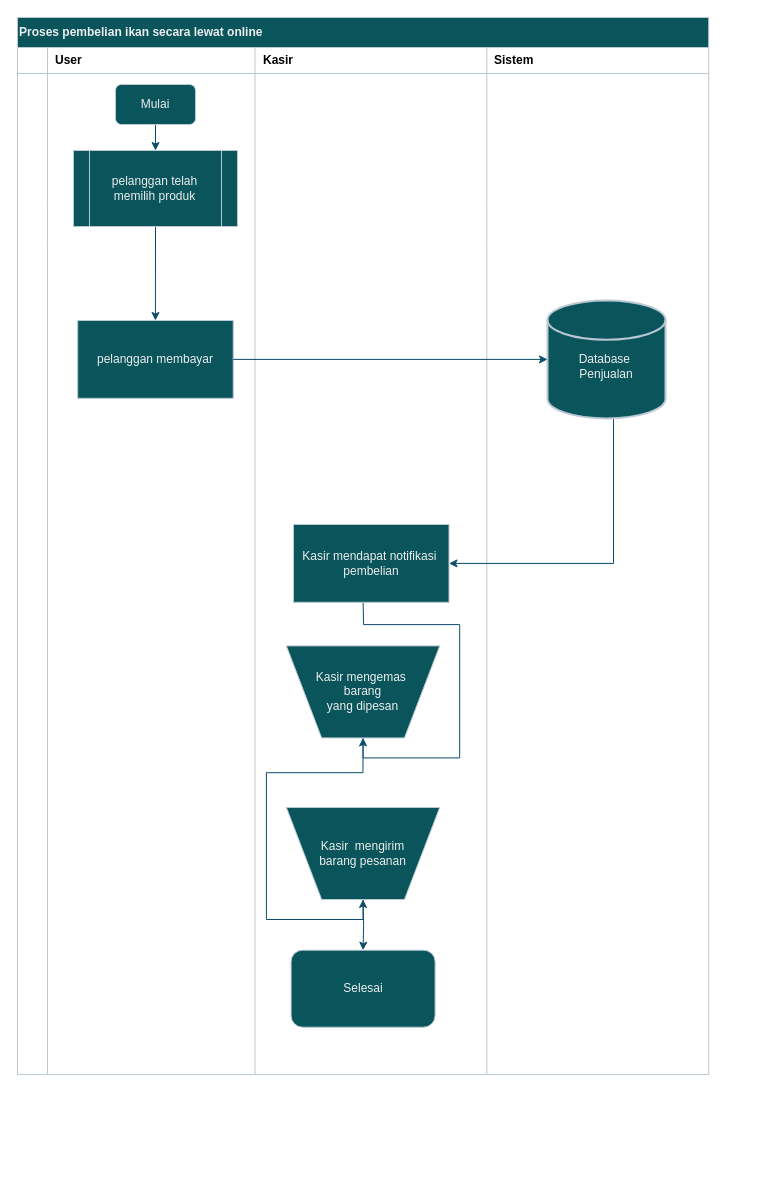
The draw.io diagram beli onlien.drawio in shinoaaa/drawio, before the edit. Source tidied: cells renumbered, new cells numbered last; positions are measured from the earlier drawing's top-left corner, leaving out a move shared by most shapes. Both pictures are drawn from the tidied source at 100%, with x=0, y=0 at pixel (17, 17).
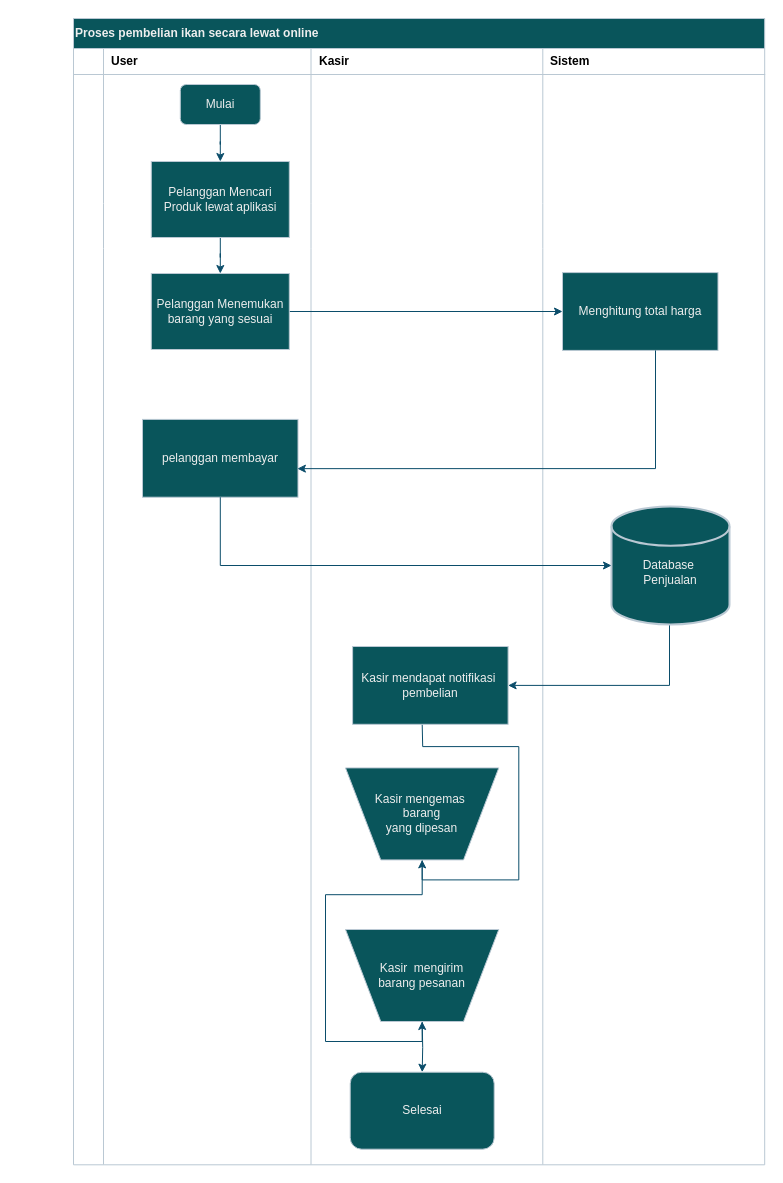
The same page after the edit.

Change to the diagram source:
```diff
@@
     <mxCell id="2" value="Proses pembelian ikan secara lewat online" style="shape=table;startSize=30;childLayout=tableLayout;rowLines=0;fontStyle=1;align=left;html=1;strokeColor=#BAC8D3;fontColor=#EEEEEE;fillColor=#09555B;labelBackgroundColor=none;" parent="1" vertex="1">
-      <mxGeometry width="691.2" height="1057.1" as="geometry" />
+      <mxGeometry x="56" y="1" width="691.2" height="1146.3" as="geometry" />
     </mxCell>
@@
     <mxCell id="18" style="shape=tableRow;horizontal=0;startSize=0;swimlaneHead=0;swimlaneBody=0;fillColor=none;top=0;left=0;right=0;bottom=0;strokeColor=#BAC8D3;fontColor=#EEEEEE;labelBackgroundColor=none;" parent="2" vertex="1">
-      <mxGeometry y="230" width="691.2" height="827" as="geometry" />
+      <mxGeometry y="230" width="691.2" height="916" as="geometry" />
     </mxCell>
     <mxCell id="19" style="shape=partialRectangle;fillColor=none;top=0;left=0;bottom=0;right=0;overflow=hidden;whiteSpace=wrap;html=1;strokeColor=#BAC8D3;fontColor=#EEEEEE;labelBackgroundColor=none;" parent="18" vertex="1">
-      <mxGeometry width="30" height="827" as="geometry" />
+      <mxGeometry width="30" height="916" as="geometry" />
     </mxCell>
     <mxCell id="20" style="shape=partialRectangle;fillColor=none;top=0;left=0;bottom=0;right=0;align=left;spacingLeft=6;overflow=hidden;whiteSpace=wrap;html=1;strokeColor=#BAC8D3;fontColor=#EEEEEE;labelBackgroundColor=none;" parent="18" vertex="1">
-      <mxGeometry x="30" width="207.5" height="827" as="geometry" />
+      <mxGeometry x="30" width="207.5" height="916" as="geometry" />
     </mxCell>
     <mxCell id="21" style="shape=partialRectangle;fillColor=none;top=0;left=0;bottom=0;right=0;align=left;spacingLeft=6;overflow=hidden;whiteSpace=wrap;html=1;strokeColor=#BAC8D3;fontColor=#EEEEEE;labelBackgroundColor=none;" parent="18" vertex="1">
-      <mxGeometry x="237.5" width="231.8" height="827" as="geometry" />
+      <mxGeometry x="237.5" width="231.8" height="916" as="geometry" />
     </mxCell>
     <mxCell id="22" style="shape=partialRectangle;fillColor=none;top=0;left=0;bottom=0;right=0;align=left;spacingLeft=6;overflow=hidden;whiteSpace=wrap;html=1;strokeColor=#BAC8D3;fontColor=#EEEEEE;labelBackgroundColor=none;" parent="18" vertex="1">
-      <mxGeometry x="469.4" width="221.8" height="827" as="geometry" />
+      <mxGeometry x="469.4" width="221.8" height="916" as="geometry" />
     </mxCell>
-    <mxCell id="23" style="edgeStyle=orthogonalEdgeStyle;rounded=0;jettySize=auto;html=1;strokeColor=#0B4D6A;entryX=0.5;entryY=0;entryDx=0;entryDy=0;labelBackgroundColor=none;fontColor=default;" parent="1" edge="1" source="24" target="29">
-      <mxGeometry relative="1" as="geometry" />
-    </mxCell>
+    <mxCell id="38" style="edgeStyle=orthogonalEdgeStyle;rounded=0;jettySize=auto;html=1;entryX=0.5;entryY=0;entryDx=0;entryDy=0;strokeColor=#0B4D6A;" parent="1" edge="1" source="24" target="40">
+      <mxGeometry relative="1" as="geometry" />
+    </mxCell>
     <mxCell id="24" value="&lt;font&gt;Mulai&lt;/font&gt;" style="rounded=1;whiteSpace=wrap;html=1;fillColor=#09555B;fontColor=#EEEEEE;strokeColor=#BAC8D3;labelBackgroundColor=none;" parent="1" vertex="1">
-      <mxGeometry x="98" y="67" width="80" height="40" as="geometry" />
+      <mxGeometry x="162.8" y="67" width="80" height="40" as="geometry" />
     </mxCell>
-    <mxCell id="25" style="edgeStyle=orthogonalEdgeStyle;rounded=0;jettySize=auto;html=1;entryX=0.5;entryY=0;entryDx=0;entryDy=0;strokeColor=#0B4D6A;exitX=0.5;exitY=1;exitDx=0;exitDy=0;labelBackgroundColor=none;fontColor=default;" parent="1" edge="1" source="29" target="30">
-      <mxGeometry relative="1" as="geometry" />
-    </mxCell>
     <mxCell id="26" style="edgeStyle=orthogonalEdgeStyle;rounded=0;jettySize=auto;html=1;entryX=0.5;entryY=1;entryDx=0;entryDy=0;strokeColor=#0B4D6A;labelBackgroundColor=none;fontColor=default;" parent="1" edge="1" target="32">
       <mxGeometry relative="1" as="geometry">
-        <mxPoint x="345.6" y="584.8" as="sourcePoint" />
+        <mxPoint x="404.7" y="706.8" as="sourcePoint" />
       </mxGeometry>
     </mxCell>
     <mxCell id="27" style="edgeStyle=orthogonalEdgeStyle;rounded=0;jettySize=auto;html=1;entryX=0.5;entryY=0;entryDx=0;entryDy=0;strokeColor=#0B4D6A;labelBackgroundColor=none;fontColor=default;" parent="1" edge="1" target="28">
       <mxGeometry relative="1" as="geometry">
-        <mxPoint x="345.6" y="882" as="sourcePoint" />
+        <mxPoint x="404.7" y="1004" as="sourcePoint" />
       </mxGeometry>
     </mxCell>
     <mxCell id="28" value="Selesai" style="rounded=1;whiteSpace=wrap;html=1;strokeColor=#BAC8D3;fontColor=#EEEEEE;fillColor=#09555B;labelBackgroundColor=none;" parent="1" vertex="1">
-      <mxGeometry x="273.6" y="932.7" width="144" height="77" as="geometry" />
+      <mxGeometry x="332.7" y="1054.7" width="144" height="77" as="geometry" />
     </mxCell>
-    <mxCell id="29" value="pelanggan telah memilih produk" style="shape=process;whiteSpace=wrap;html=1;backgroundOutline=1;strokeColor=#BAC8D3;fontColor=#EEEEEE;fillColor=#09555B;labelBackgroundColor=none;" parent="1" vertex="1">
-      <mxGeometry x="56" y="133" width="164" height="76" as="geometry" />
-    </mxCell>
     <mxCell id="30" value="pelanggan membayar" style="rounded=0;whiteSpace=wrap;html=1;strokeColor=#BAC8D3;fontColor=#EEEEEE;fillColor=#09555B;labelBackgroundColor=none;" parent="1" vertex="1">
-      <mxGeometry x="60.2" y="303" width="155.5" height="77.8" as="geometry" />
+      <mxGeometry x="125" y="401.9" width="155.5" height="77.8" as="geometry" />
     </mxCell>
@@
     <mxCell id="32" value="Kasir mengemas&amp;nbsp;&lt;div&gt;barang&lt;div&gt;yang dipesan&lt;/div&gt;&lt;/div&gt;" style="verticalLabelPosition=middle;verticalAlign=middle;html=1;shape=trapezoid;perimeter=trapezoidPerimeter;whiteSpace=wrap;size=0.23;arcSize=10;flipV=1;labelPosition=center;align=center;strokeColor=#BAC8D3;fontColor=#EEEEEE;fillColor=#09555B;labelBackgroundColor=none;" parent="1" vertex="1">
-      <mxGeometry x="268.9" y="628.4" width="153.3" height="92" as="geometry" />
+      <mxGeometry x="328" y="750.4" width="153.3" height="92" as="geometry" />
     </mxCell>
     <mxCell id="33" style="edgeStyle=orthogonalEdgeStyle;rounded=0;jettySize=auto;html=1;entryX=1;entryY=0.5;entryDx=0;entryDy=0;strokeColor=#0B4D6A;labelBackgroundColor=none;fontColor=default;" parent="1" edge="1" source="34" target="35">
       <mxGeometry relative="1" as="geometry">
         <Array as="points">
-          <mxPoint x="596" y="546" />
+          <mxPoint x="652" y="668" />
         </Array>
       </mxGeometry>
     </mxCell>
     <mxCell id="34" value="&lt;div&gt;&lt;br&gt;&lt;/div&gt;Database&amp;nbsp;&lt;div&gt;Penjualan&lt;/div&gt;" style="strokeWidth=2;html=1;shape=mxgraph.flowchart.database;whiteSpace=wrap;labelBackgroundColor=none;fillColor=#09555B;strokeColor=#BAC8D3;fontColor=#EEEEEE;" parent="1" vertex="1">
-      <mxGeometry x="530" y="282.9" width="118" height="118" as="geometry" />
+      <mxGeometry x="594" y="489" width="118" height="118" as="geometry" />
     </mxCell>
     <mxCell id="35" value="Kasir mendapat notifikasi&amp;nbsp;&lt;div&gt;pembelian&lt;/div&gt;" style="rounded=0;whiteSpace=wrap;html=1;strokeColor=#BAC8D3;fontColor=#EEEEEE;fillColor=#09555B;labelBackgroundColor=none;" parent="1" vertex="1">
-      <mxGeometry x="276" y="507" width="155.5" height="77.8" as="geometry" />
+      <mxGeometry x="335.1" y="629" width="155.5" height="77.8" as="geometry" />
     </mxCell>
     <mxCell id="36" value="Kasir&amp;nbsp; mengirim&lt;div&gt;barang pesanan&lt;/div&gt;" style="verticalLabelPosition=middle;verticalAlign=middle;html=1;shape=trapezoid;perimeter=trapezoidPerimeter;whiteSpace=wrap;size=0.23;arcSize=10;flipV=1;labelPosition=center;align=center;strokeColor=#BAC8D3;fontColor=#EEEEEE;fillColor=#09555B;labelBackgroundColor=none;" parent="1" vertex="1">
-      <mxGeometry x="268.9" y="790" width="153.3" height="92" as="geometry" />
+      <mxGeometry x="328" y="912" width="153.3" height="92" as="geometry" />
     </mxCell>
+    <mxCell id="39" style="edgeStyle=orthogonalEdgeStyle;rounded=0;jettySize=auto;html=1;strokeColor=#0B4D6A;" parent="1" edge="1" source="40" target="42">
+      <mxGeometry relative="1" as="geometry" />
+    </mxCell>
+    <mxCell id="40" value="Pelanggan Mencari Produk lewat aplikasi" style="rounded=0;whiteSpace=wrap;html=1;labelBackgroundColor=none;fillColor=#09555B;strokeColor=#BAC8D3;fontColor=#EEEEEE;" parent="1" vertex="1">
+      <mxGeometry x="133.8" y="144" width="138" height="76" as="geometry" />
+    </mxCell>
+    <mxCell id="41" style="edgeStyle=orthogonalEdgeStyle;rounded=0;jettySize=auto;html=1;entryX=0;entryY=0.5;entryDx=0;entryDy=0;strokeColor=#0B4D6A;" parent="1" edge="1" source="42" target="43">
+      <mxGeometry relative="1" as="geometry" />
+    </mxCell>
+    <mxCell id="42" value="Pelanggan Menemukan barang yang sesuai" style="rounded=0;whiteSpace=wrap;html=1;labelBackgroundColor=none;fillColor=#09555B;strokeColor=#BAC8D3;fontColor=#EEEEEE;" parent="1" vertex="1">
+      <mxGeometry x="133.8" y="256" width="138" height="76" as="geometry" />
+    </mxCell>
+    <mxCell id="43" value="Menghitung total harga" style="rounded=0;whiteSpace=wrap;html=1;strokeColor=#BAC8D3;fontColor=#EEEEEE;fillColor=#09555B;labelBackgroundColor=none;" parent="1" vertex="1">
+      <mxGeometry x="545" y="255.1" width="155.5" height="77.8" as="geometry" />
+    </mxCell>
+    <mxCell id="44" style="edgeStyle=orthogonalEdgeStyle;rounded=0;jettySize=auto;html=1;entryX=0.996;entryY=0.633;entryDx=0;entryDy=0;entryPerimeter=0;strokeColor=#0B4D6A;" parent="1" edge="1" source="43" target="30">
+      <mxGeometry relative="1" as="geometry">
+        <Array as="points">
+          <mxPoint x="638" y="451" />
+        </Array>
+      </mxGeometry>
+    </mxCell>
-    <mxCell id="37" style="edgeStyle=orthogonalEdgeStyle;rounded=0;jettySize=auto;html=1;entryX=0;entryY=0.5;entryDx=0;entryDy=0;entryPerimeter=0;labelBackgroundColor=none;strokeColor=#0B4D6A;fontColor=default;" parent="1" edge="1" source="30" target="34">
-      <mxGeometry relative="1" as="geometry" />
+    <mxCell id="37" style="edgeStyle=orthogonalEdgeStyle;rounded=0;jettySize=auto;html=1;entryX=0;entryY=0.5;entryDx=0;entryDy=0;entryPerimeter=0;strokeColor=#0B4D6A;" parent="1" edge="1" source="30" target="34">
+      <mxGeometry relative="1" as="geometry">
+        <Array as="points">
+          <mxPoint x="203" y="548" />
+        </Array>
+      </mxGeometry>
     </mxCell>
```
